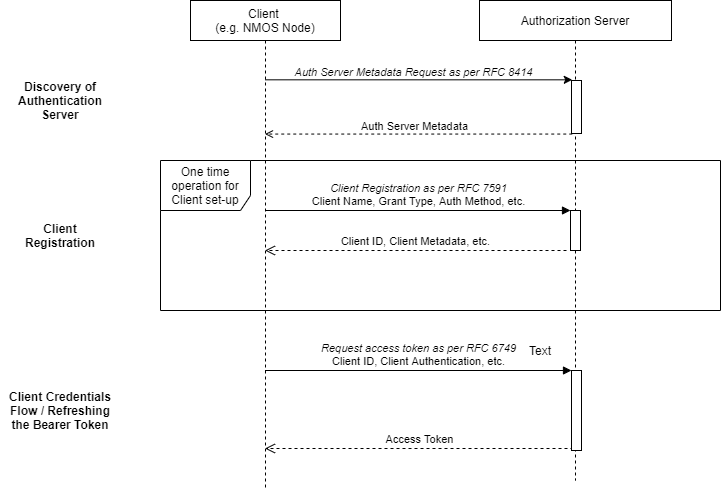
This is docs/images/client_credentials_flow.png from jonathan-r-thorpe/nmos-authorization-implementers-guide, a draw.io export, as it was before one commit. Source tidied: cells renumbered, new cells last; positions are measured from the earlier drawing's top-left corner, leaving out a move shared by most shapes.
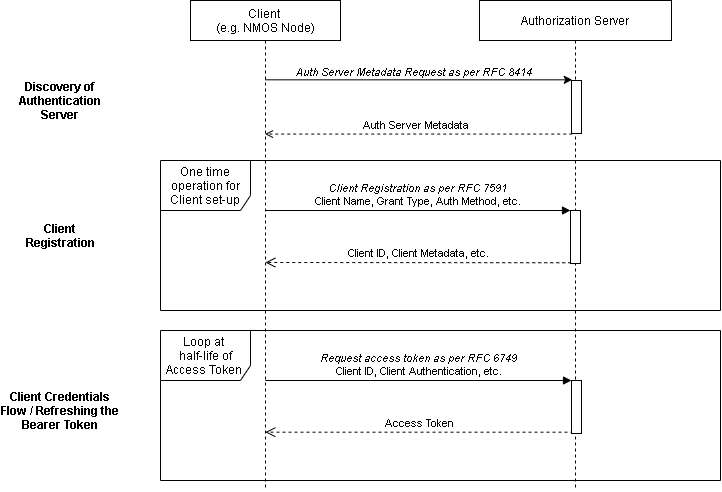
The same diagram one commit later.

Change to the diagram source:
```diff
@@ -6,27 +6,31 @@
       <mxGeometry x="160" y="160" width="560" height="150" as="geometry" />
     </mxCell>
     <mxCell id="3" value="Authorization Server" style="shape=umlLifeline;perimeter=lifelinePerimeter;whiteSpace=wrap;html=1;" parent="1" vertex="1">
-      <mxGeometry x="479" width="192" height="480" as="geometry" />
+      <mxGeometry x="479" width="192" height="490" as="geometry" />
     </mxCell>
     <mxCell id="4" value="&lt;i&gt;Client Registration as per RFC 7591&lt;br&gt;&lt;/i&gt;Client Name, Grant Type, Auth Method, etc." style="html=1;verticalAlign=bottom;endArrow=block;entryX=0;entryY=0;" parent="1" edge="1" source="18" target="8">
       <mxGeometry relative="1" as="geometry" />
     </mxCell>
-    <mxCell id="5" value="Client ID, Client Metadata, etc." style="html=1;verticalAlign=bottom;endArrow=open;dashed=1;endSize=8;" parent="1" edge="1" target="18">
+    <mxCell id="5" value="Client ID, Client Metadata, etc." style="html=1;verticalAlign=bottom;endArrow=open;dashed=1;endSize=8;exitX=0.076;exitY=0.986;exitDx=0;exitDy=0;exitPerimeter=0;" parent="1" edge="1" source="8">
       <mxGeometry relative="1" as="geometry">
-        <mxPoint x="566" y="250" as="sourcePoint" />
+        <mxPoint x="264.8" y="262" as="targetPoint" />
       </mxGeometry>
     </mxCell>
-    <mxCell id="6" value="Access Token" style="html=1;verticalAlign=bottom;endArrow=open;dashed=1;endSize=8;exitX=0.2;exitY=0.975;exitDx=0;exitDy=0;exitPerimeter=0;" parent="1" edge="1" source="9" target="18">
-      <mxGeometry relative="1" as="geometry" />
+    <mxCell id="6" value="Access Token" style="html=1;verticalAlign=bottom;endArrow=open;dashed=1;endSize=8;exitX=0.2;exitY=0.975;exitDx=0;exitDy=0;exitPerimeter=0;" parent="1" edge="1" source="9">
+      <mxGeometry relative="1" as="geometry">
+        <mxPoint x="264.8" y="431.7" as="targetPoint" />
+      </mxGeometry>
     </mxCell>
-    <mxCell id="7" value="&lt;i&gt;Request access token as per RFC 6749&lt;/i&gt;&lt;br&gt;Client ID, Client Authentication, etc." style="html=1;verticalAlign=bottom;endArrow=block;entryX=0;entryY=0;" parent="1" edge="1" source="18" target="9">
-      <mxGeometry relative="1" as="geometry" />
+    <mxCell id="7" value="&lt;i&gt;Request access token as per RFC 6749&lt;/i&gt;&lt;br&gt;Client ID, Client Authentication, etc." style="html=1;verticalAlign=bottom;endArrow=block;entryX=0;entryY=0;" parent="1" edge="1" target="9">
+      <mxGeometry relative="1" as="geometry">
+        <mxPoint x="264.8" y="380" as="sourcePoint" />
+      </mxGeometry>
     </mxCell>
     <mxCell id="8" style="html=1;points=[];perimeter=orthogonalPerimeter;" parent="1" vertex="1">
-      <mxGeometry x="570" y="210" width="10" height="40" as="geometry" />
+      <mxGeometry x="570" y="210" width="10" height="53" as="geometry" />
     </mxCell>
     <mxCell id="9" style="html=1;points=[];perimeter=orthogonalPerimeter;" parent="1" vertex="1">
-      <mxGeometry x="571" y="370" width="10" height="80" as="geometry" />
+      <mxGeometry x="571" y="380" width="10" height="53" as="geometry" />
     </mxCell>
     <mxCell id="10" style="endArrow=classic;html=1;" parent="1" edge="1">
       <mxGeometry relative="1" as="geometry">
@@ -50,9 +54,6 @@
         <mxPoint x="19.7" as="offset" />
       </mxGeometry>
     </mxCell>
-    <mxCell id="14" value="Text" style="text;html=1;strokeColor=none;fillColor=none;align=center;verticalAlign=middle;whiteSpace=wrap;rounded=0;" parent="1" vertex="1">
-      <mxGeometry x="520" y="340" width="40" height="20" as="geometry" />
-    </mxCell>
     <mxCell id="15" value="&lt;b&gt;Discovery of Authentication Server&lt;/b&gt;" style="text;html=1;strokeColor=none;fillColor=none;align=center;verticalAlign=middle;whiteSpace=wrap;rounded=0;" parent="1" vertex="1">
       <mxGeometry y="70" width="120" height="60" as="geometry" />
     </mxCell>
@@ -68,5 +69,8 @@
     <mxCell id="19" style="html=1;perimeter=orthogonalPerimeter;" parent="1" vertex="1">
       <mxGeometry x="571" y="80" width="10" height="53" as="geometry" />
     </mxCell>
+    <mxCell id="20" value="Loop at &lt;br&gt;half-life of Access Token&amp;nbsp;" style="shape=umlFrame;whiteSpace=wrap;html=1;width=90;height=50;" parent="1" vertex="1">
+      <mxGeometry x="160" y="330" width="560" height="150" as="geometry" />
+    </mxCell>
   </root>
 </mxGraphModel>
```
